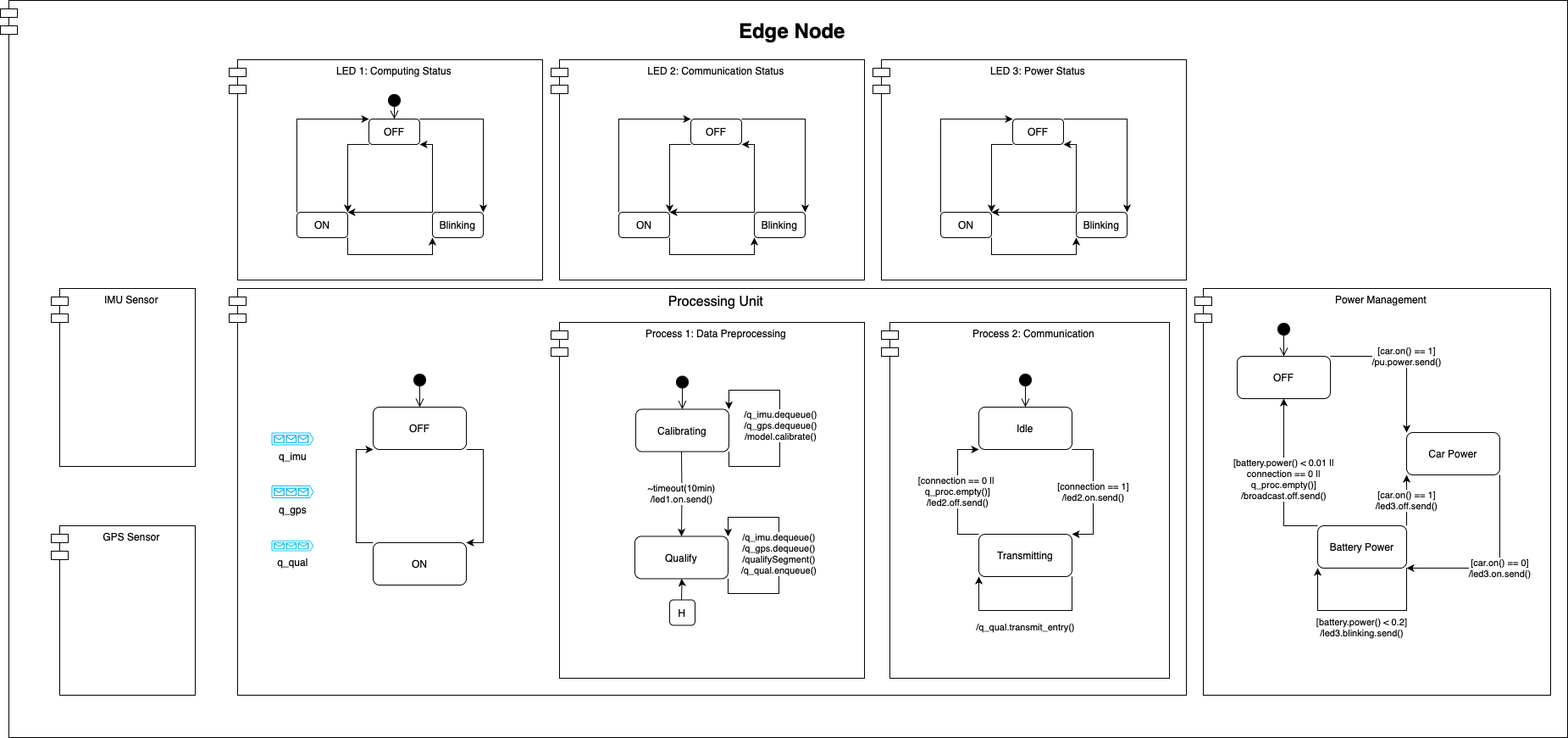
This is assets/diagrams/edge_node_rtuml/edge_node_rtuml.png from lucadibello/RoadSense, a draw.io export, as it was before one commit. Source tidied: cells renumbered, new cells last; positions are measured from the earlier drawing's top-left corner, leaving out a move shared by most shapes.
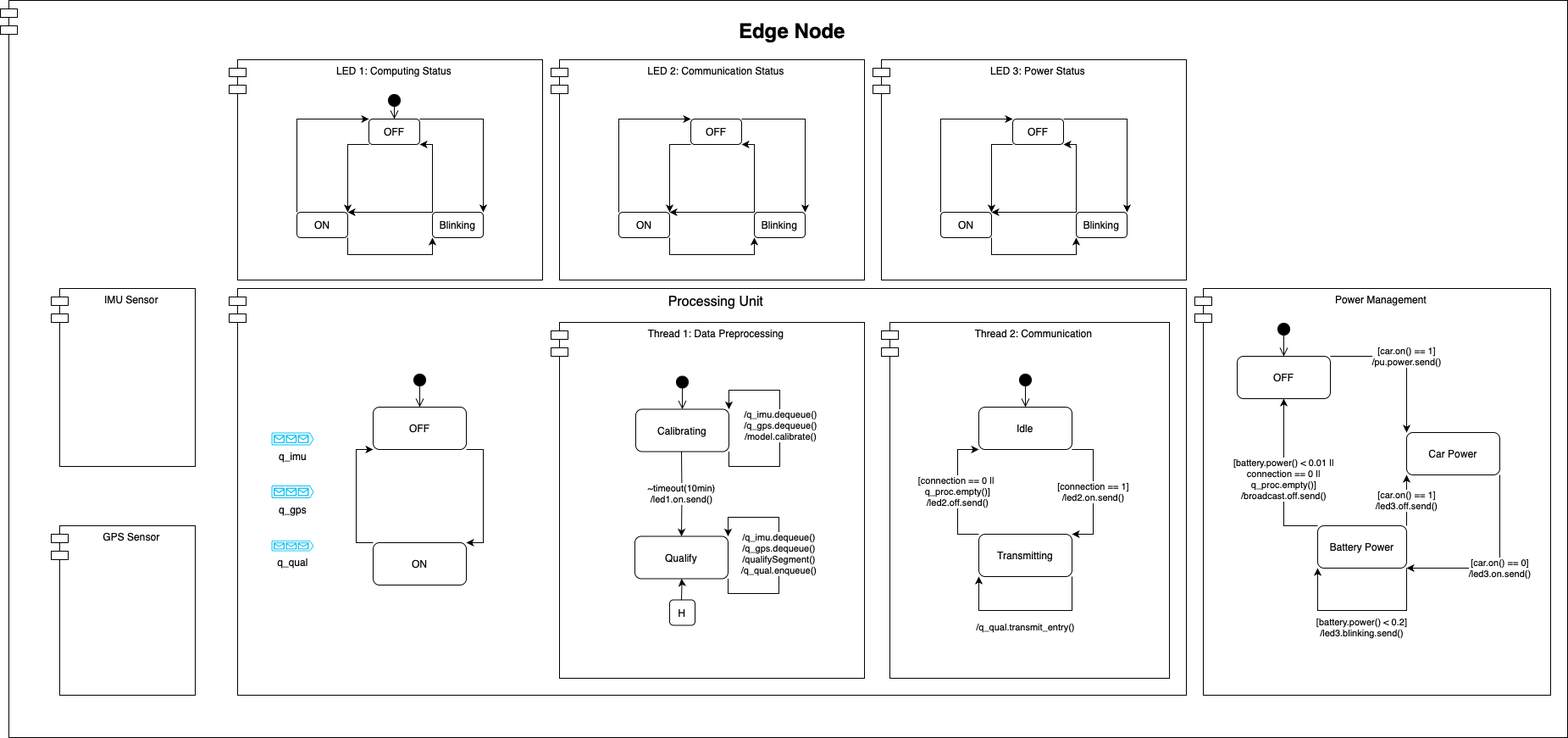
After the change.

Diff of the diagram source:
```diff
@@ -14,10 +14,10 @@
     <mxCell id="5" value="Processing Unit" style="shape=module;align=left;spacingLeft=20;align=center;verticalAlign=top;whiteSpace=wrap;html=1;fontSize=16;" parent="1" vertex="1">
       <mxGeometry x="270" y="340" width="1130" height="480" as="geometry" />
     </mxCell>
-    <mxCell id="6" value="Process 1: Data Preprocessing" style="shape=module;align=left;spacingLeft=20;align=center;verticalAlign=top;whiteSpace=wrap;html=1;" parent="1" vertex="1">
+    <mxCell id="6" value="Thread 1: Data Preprocessing" style="shape=module;align=left;spacingLeft=20;align=center;verticalAlign=top;whiteSpace=wrap;html=1;" parent="1" vertex="1">
       <mxGeometry x="650" y="380" width="370" height="420" as="geometry" />
     </mxCell>
-    <mxCell id="7" value="Process 2: Communication" style="shape=module;align=left;spacingLeft=20;align=center;verticalAlign=top;whiteSpace=wrap;html=1;" parent="1" vertex="1">
+    <mxCell id="7" value="Thread 2: Communication" style="shape=module;align=left;spacingLeft=20;align=center;verticalAlign=top;whiteSpace=wrap;html=1;" parent="1" vertex="1">
       <mxGeometry x="1040" y="380" width="340" height="420" as="geometry" />
     </mxCell>
     <mxCell id="8" value="Power Management" style="shape=module;align=left;spacingLeft=20;align=center;verticalAlign=top;whiteSpace=wrap;html=1;" parent="1" vertex="1">
```
